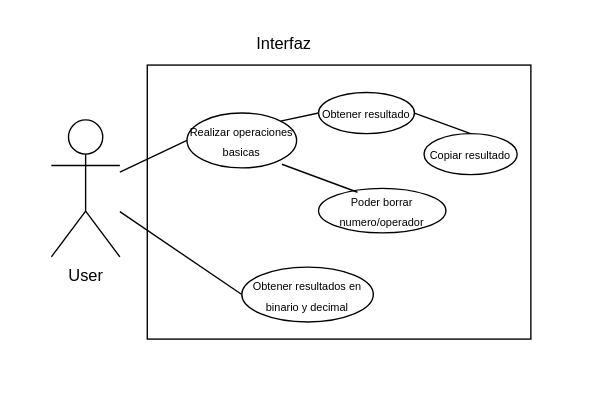
This is usoCaseDiagram.drawio from davidev-m/binaryCalculator, a draw.io file, before an edit. Source tidied: cells renumbered, new cells numbered last; positions are measured from the earlier drawing's top-left corner, leaving out a move shared by most shapes. Both pictures are drawn from the tidied source at 137%, with x=0, y=0 at pixel (51, 23).
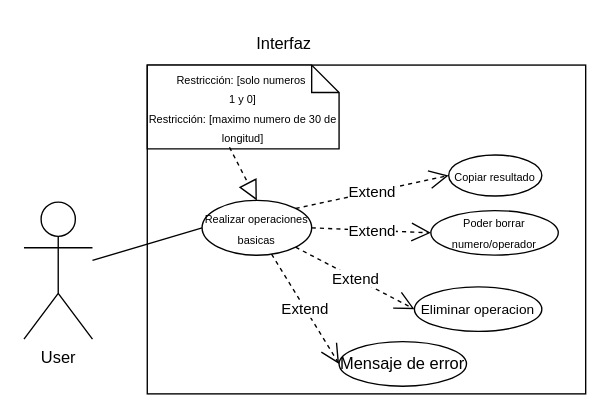
The same diagram, later.

Commit message:
Actualizar las relaciones y añadir mas casos de uso

What changed in the source:
```diff
@@
 <mxGraphModel>
   <root>
     <mxCell id="0" />
     <mxCell id="1" parent="0" />
     <mxCell id="2" value="User" style="shape=umlActor;verticalLabelPosition=bottom;verticalAlign=top;html=1;outlineConnect=0;" parent="1" vertex="1">
-      <mxGeometry y="70" width="50" height="100" as="geometry" />
+      <mxGeometry x="-20" y="130" width="50" height="100" as="geometry" />
     </mxCell>
-    <mxCell id="3" style="rounded=0;whiteSpace=wrap;html=1;" parent="1" vertex="1">
-      <mxGeometry x="70" y="30" width="280" height="200" as="geometry" />
-    </mxCell>
+    <mxCell id="15" style="rounded=0;whiteSpace=wrap;html=1;" parent="1" vertex="1">
+      <mxGeometry x="70" y="30" width="320" height="240" as="geometry" />
+    </mxCell>
     <mxCell id="4" value="Interfaz" style="text;html=1;align=center;verticalAlign=middle;whiteSpace=wrap;rounded=0;" parent="1" vertex="1">
       <mxGeometry x="130" width="80" height="30" as="geometry" />
     </mxCell>
     <mxCell id="5" value="&lt;font style=&quot;font-size: 8px;&quot;&gt;Realizar operaciones basicas&lt;/font&gt;" style="ellipse;whiteSpace=wrap;html=1;" parent="1" vertex="1">
-      <mxGeometry x="99" y="65" width="80" height="40" as="geometry" />
+      <mxGeometry x="110" y="128.8" width="80" height="40" as="geometry" />
     </mxCell>
     <mxCell id="6" value="&lt;font style=&quot;font-size: 8px;&quot;&gt;Poder borrar numero/operador&lt;/font&gt;" style="ellipse;whiteSpace=wrap;html=1;" parent="1" vertex="1">
-      <mxGeometry x="195" y="120" width="93" height="32.5" as="geometry" />
+      <mxGeometry x="277" y="136.2" width="93" height="32.5" as="geometry" />
     </mxCell>
-    <mxCell id="7" value="&lt;font style=&quot;font-size: 8px;&quot;&gt;Obtener resultados en binario y decimal&lt;/font&gt;" style="ellipse;whiteSpace=wrap;html=1;" parent="1" vertex="1">
-      <mxGeometry x="139" y="177.5" width="96" height="40" as="geometry" />
-    </mxCell>
     <mxCell id="8" style="endArrow=none;html=1;rounded=0;entryX=0;entryY=0.5;entryDx=0;entryDy=0;" parent="1" edge="1" source="2" target="5">
       <mxGeometry relative="1" as="geometry" />
     </mxCell>
-    <mxCell id="9" style="endArrow=none;html=1;rounded=0;entryX=0;entryY=0.5;entryDx=0;entryDy=0;" parent="1" edge="1" source="2" target="7">
-      <mxGeometry relative="1" as="geometry" />
-    </mxCell>
     <mxCell id="10" value="&lt;font style=&quot;font-size: 8px;&quot;&gt;Copiar resultado&lt;/font&gt;" style="ellipse;whiteSpace=wrap;html=1;" parent="1" vertex="1">
-      <mxGeometry x="272" y="80" width="68" height="30" as="geometry" />
+      <mxGeometry x="290" y="95.6" width="68" height="30" as="geometry" />
     </mxCell>
-    <mxCell id="11" style="endArrow=none;html=1;rounded=0;entryX=1;entryY=0;entryDx=0;entryDy=0;exitX=0;exitY=0.5;exitDx=0;exitDy=0;" parent="1" edge="1" source="13" target="5">
-      <mxGeometry relative="1" as="geometry" />
-    </mxCell>
-    <mxCell id="12" style="endArrow=none;html=1;rounded=0;entryX=0.866;entryY=0.935;entryDx=0;entryDy=0;entryPerimeter=0;exitX=0.306;exitY=0.087;exitDx=0;exitDy=0;exitPerimeter=0;" parent="1" edge="1" source="6" target="5">
-      <mxGeometry relative="1" as="geometry" />
-    </mxCell>
-    <mxCell id="13" value="&lt;font style=&quot;font-size: 8px;&quot;&gt;Obtener resultado&lt;/font&gt;" style="ellipse;whiteSpace=wrap;html=1;" parent="1" vertex="1">
-      <mxGeometry x="195" y="50" width="70" height="30" as="geometry" />
-    </mxCell>
-    <mxCell id="14" style="endArrow=none;html=1;rounded=0;entryX=1;entryY=0.5;entryDx=0;entryDy=0;exitX=0.5;exitY=0;exitDx=0;exitDy=0;" parent="1" edge="1" source="10" target="13">
-      <mxGeometry relative="1" as="geometry" />
-    </mxCell>
+    <mxCell id="16" value="Extend" style="endArrow=open;endSize=12;dashed=1;html=1;rounded=0;exitX=1;exitY=0;exitDx=0;exitDy=0;entryX=0;entryY=0.5;entryDx=0;entryDy=0;" parent="1" edge="1" source="5" target="10">
+      <mxGeometry relative="1" as="geometry" />
+    </mxCell>
+    <mxCell id="17" value="Extend" style="endArrow=open;endSize=12;dashed=1;html=1;rounded=0;exitX=1;exitY=0.5;exitDx=0;exitDy=0;entryX=0;entryY=0.5;entryDx=0;entryDy=0;" parent="1" edge="1" source="5" target="6">
+      <mxGeometry relative="1" as="geometry" />
+    </mxCell>
+    <mxCell id="18" value="&lt;font style=&quot;font-size: 10px;&quot;&gt;Eliminar operacion&lt;/font&gt;" style="ellipse;whiteSpace=wrap;html=1;" parent="1" vertex="1">
+      <mxGeometry x="265" y="191.9" width="93" height="32.5" as="geometry" />
+    </mxCell>
+    <mxCell id="19" value="Extend" style="endArrow=open;endSize=12;dashed=1;html=1;rounded=0;exitX=1;exitY=1;exitDx=0;exitDy=0;entryX=0;entryY=0.5;entryDx=0;entryDy=0;" parent="1" edge="1" source="5" target="18">
+      <mxGeometry relative="1" as="geometry" />
+    </mxCell>
+    <mxCell id="20" value="Mensaje de error" style="ellipse;whiteSpace=wrap;html=1;" parent="1" vertex="1">
+      <mxGeometry x="210" y="231.9" width="93" height="32.5" as="geometry" />
+    </mxCell>
+    <mxCell id="21" value="Extend" style="endArrow=open;endSize=12;dashed=1;html=1;rounded=0;exitX=0.634;exitY=0.98;exitDx=0;exitDy=0;entryX=0;entryY=0.5;entryDx=0;entryDy=0;exitPerimeter=0;" parent="1" edge="1" source="5" target="20">
+      <mxGeometry relative="1" as="geometry" />
+    </mxCell>
+    <mxCell id="22" value="&lt;div&gt;&lt;font style=&quot;font-size: 8px;&quot;&gt;Restricción: [solo numeros&amp;nbsp;&lt;/font&gt;&lt;/div&gt;&lt;div&gt;&lt;font style=&quot;font-size: 8px;&quot;&gt;1 y 0]&lt;/font&gt;&lt;/div&gt;&lt;div&gt;&lt;font style=&quot;font-size: 8px;&quot;&gt;Restricción: [maximo numero de 30 de longitud]&lt;/font&gt;&lt;/div&gt;" style="shape=note;size=20;whiteSpace=wrap;html=1;" parent="1" vertex="1">
+      <mxGeometry x="70" y="30" width="140" height="61.2" as="geometry" />
+    </mxCell>
+    <mxCell id="23" style="endArrow=block;dashed=1;endFill=0;endSize=12;html=1;rounded=0;entryX=0.5;entryY=0;entryDx=0;entryDy=0;" parent="1" edge="1" target="5">
+      <mxGeometry relative="1" as="geometry">
+        <mxPoint x="130" y="90" as="sourcePoint" />
+      </mxGeometry>
+    </mxCell>
   </root>
 </mxGraphModel>
```
